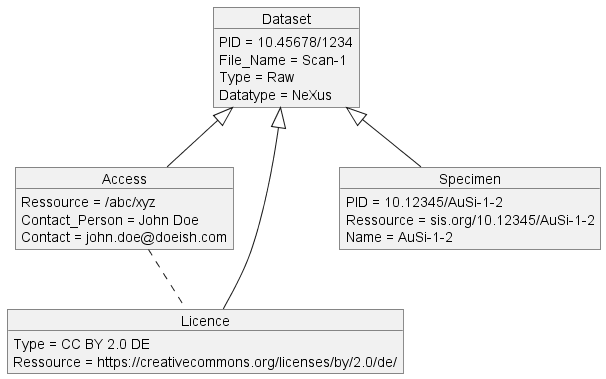
Above: classDiagram_lvl2_minimalPlusMetadateUseCaseP08.png in PhilippJo/Metadataschema4DAPHNE (PlantUML), before the change.
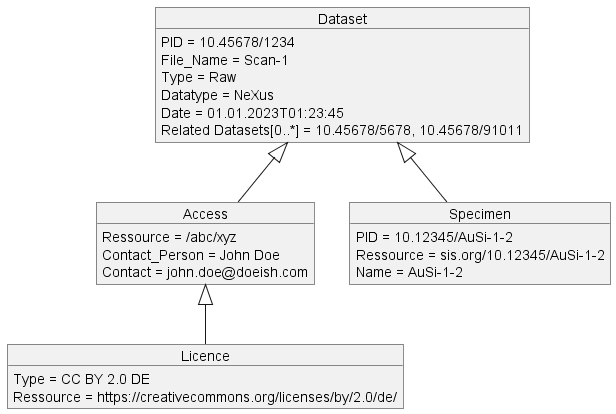
The same file after the commit.

Diff of the diagram source:
```diff
@@ -8,6 +8,8 @@
 dset1 : File_Name = Scan-1
 dset1 : Type = Raw
 dset1 : Datatype = NeXus
+dset1 : Date = 01.01.2023T01:23:45
+dset1 : Related Datasets[0..*] = 10.45678/5678, 10.45678/91011
 acs1 : Ressource = /abc/xyz
 acs1 : Contact_Person = John Doe
 acs1 : Contact = john.doe@doeish.com
@@ -15,8 +17,7 @@
 lic1 : Ressource = https://creativecommons.org/licenses/by/2.0/de/
 
 dset1 <|-- acs1
-dset1 <|-- lic1
-acs1 .. lic1
+acs1 <|-- lic1
 
 
 object "Specimen" as samp1
@@ -29,12 +30,4 @@
 
 
 
-
-
-
-
-
-
-
-
 @endUML
```
